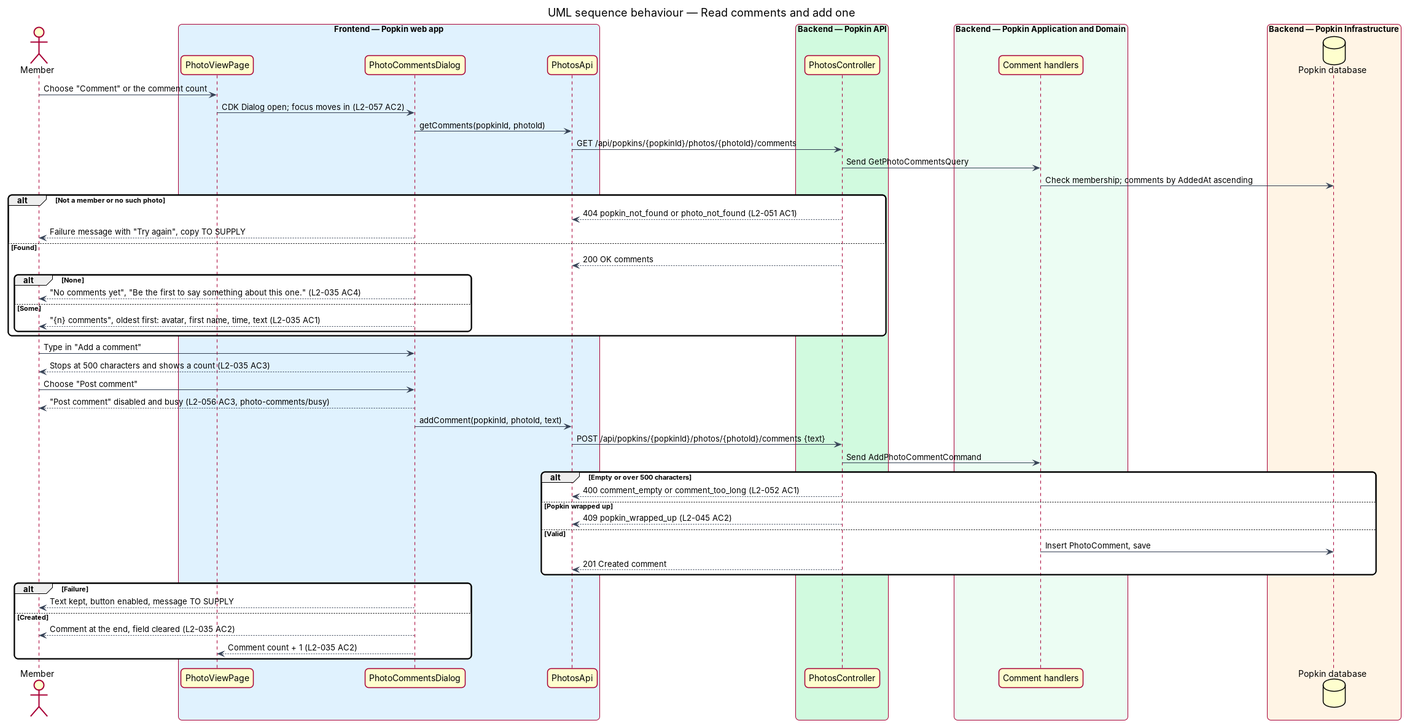
Earlier version of the PlantUML export docs/detailed-designs/photos/comment-on-photo/diagrams/sequence-open-and-add.png (QuinntyneBrown/popkin). Its source is kept beside it as docs/detailed-designs/photos/comment-on-photo/diagrams/sequence-open-and-add.puml.
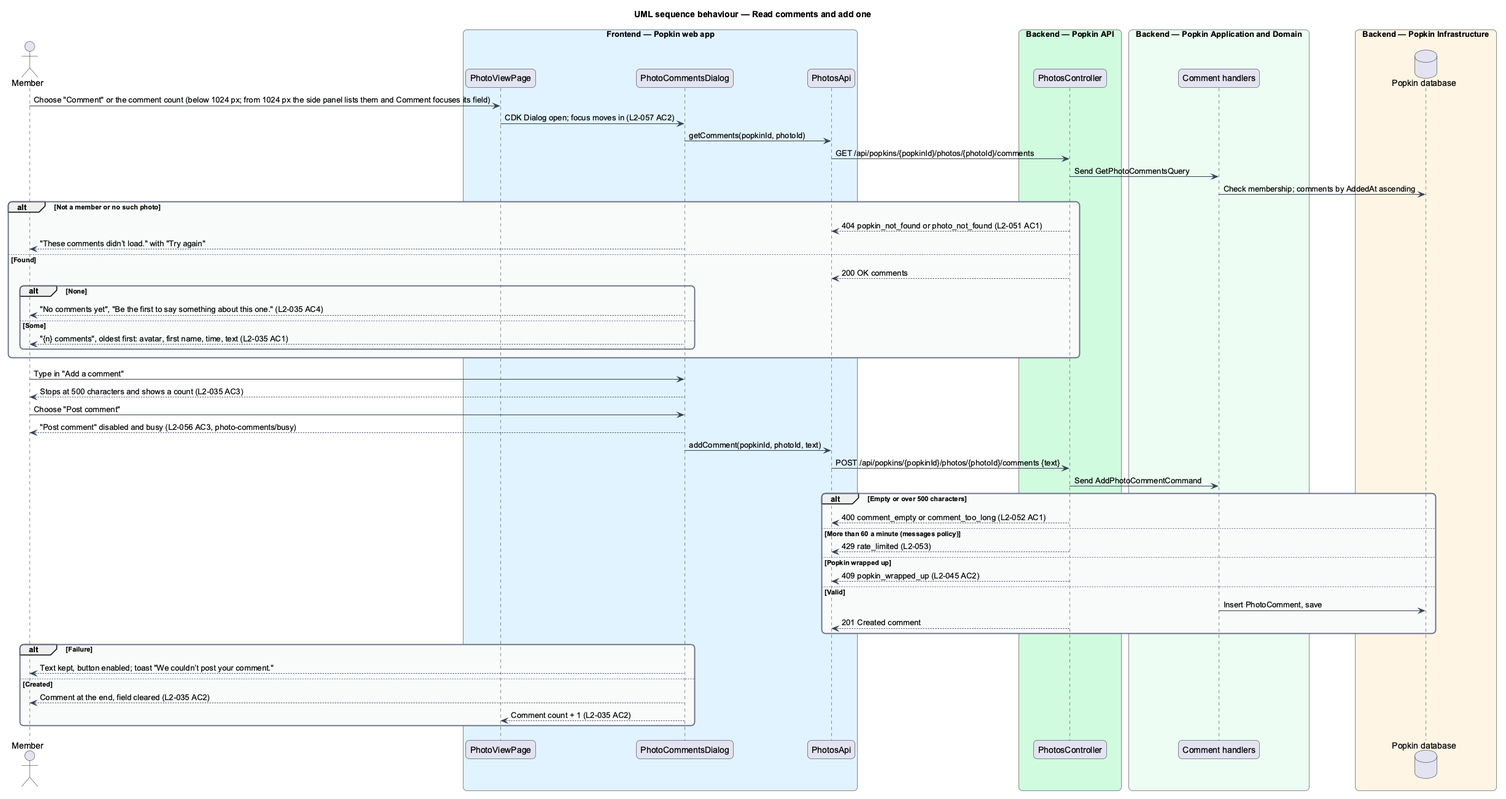
After the commit.

Commit message:
Settle commenting on a photo: deletion, the side panel and failures

Change to the diagram source:
```diff
@@ -30,7 +30,7 @@
   database "Popkin database" as db
 end box
 
-actor -> page : Choose "Comment" or the comment count
+actor -> page : Choose "Comment" or the comment count (below 1024 px; from 1024 px the side panel lists them and Comment focuses its field)
 page -> dialog : CDK Dialog open; focus moves in (L2-057 AC2)
 dialog -> client : getComments(popkinId, photoId)
 client -> controller : GET /api/popkins/{popkinId}/photos/{photoId}/comments
@@ -38,7 +38,7 @@
 handler -> db : Check membership; comments by AddedAt ascending
 alt Not a member or no such photo
   controller --> client : 404 popkin_not_found or photo_not_found (L2-051 AC1)
-  dialog --> actor : Failure message with "Try again", copy TO SUPPLY
+  dialog --> actor : "These comments didn’t load." with "Try again"
 else Found
   controller --> client : 200 OK comments
   alt None
@@ -56,6 +56,8 @@
 controller -> handler : Send AddPhotoCommentCommand
 alt Empty or over 500 characters
   controller --> client : 400 comment_empty or comment_too_long (L2-052 AC1)
+else More than 60 a minute (messages policy)
+  controller --> client : 429 rate_limited (L2-053)
 else Popkin wrapped up
   controller --> client : 409 popkin_wrapped_up (L2-045 AC2)
 else Valid
@@ -63,7 +65,7 @@
   controller --> client : 201 Created comment
 end
 alt Failure
-  dialog --> actor : Text kept, button enabled, message TO SUPPLY
+  dialog --> actor : Text kept, button enabled; toast "We couldn’t post your comment."
 else Created
   dialog --> actor : Comment at the end, field cleared (L2-035 AC2)
   dialog --> page : Comment count + 1 (L2-035 AC2)
```
